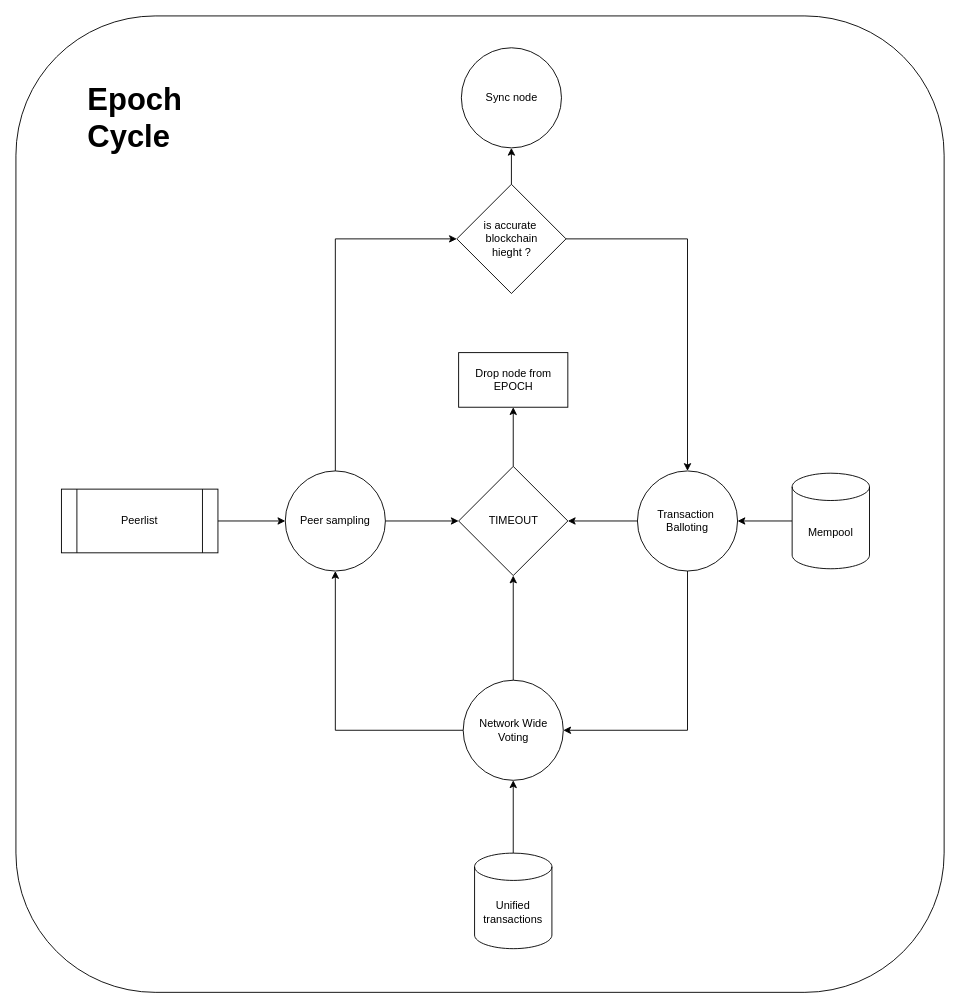
The draw.io diagram BrytEpochCycle.drawio in ali-05-ahmed/Concept-Diagrams, before the edit. Source tidied: cells renumbered, new cells numbered last; positions are measured from the earlier drawing's top-left corner, leaving out a move shared by most shapes. Both pictures are drawn from the tidied source at 91%, with x=0, y=0 at pixel (15, 15).
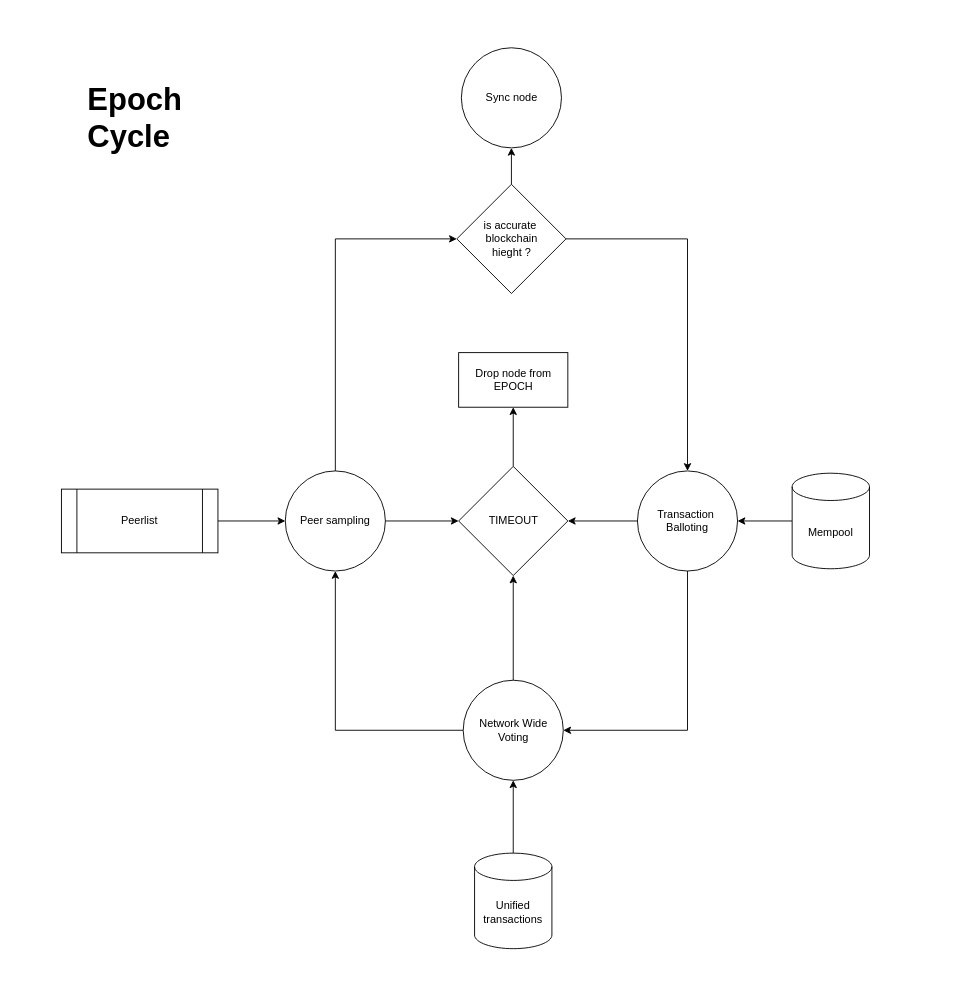
The same diagram, later.

The edit, as a diff of the source:
```diff
@@
-    <mxCell id="2" style="rounded=1;whiteSpace=wrap;html=1;" parent="1" vertex="1">
-      <mxGeometry width="1020" height="1073" as="geometry" />
-    </mxCell>
```
